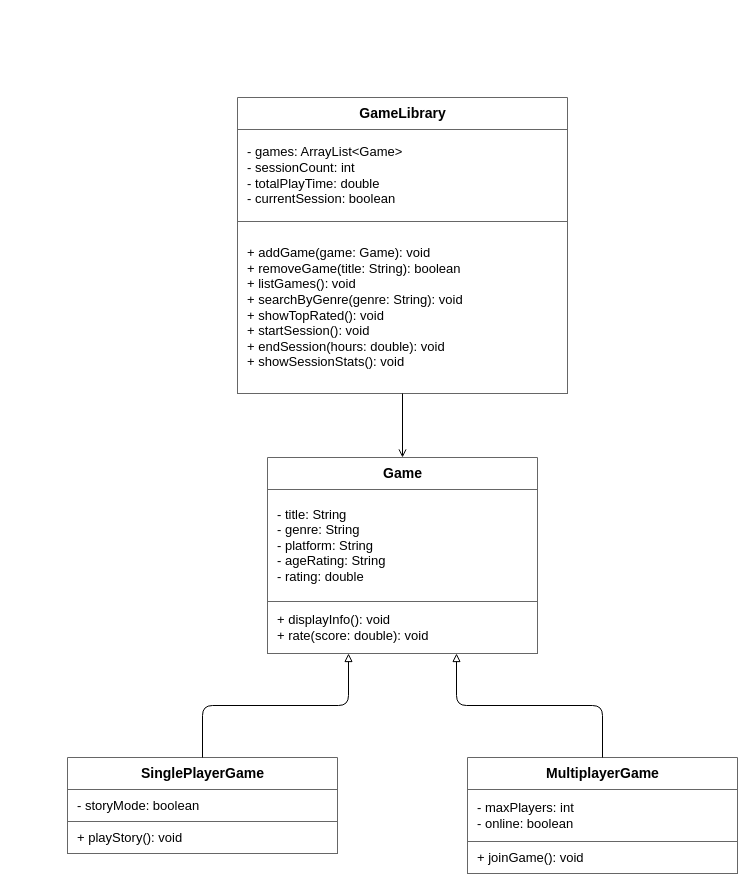
Before: TEAM UML.drawio in AJXDevv/LIA---Deliverable-1, a draw.io diagram. Source tidied: cells renumbered, new cells numbered last; positions are measured from the earlier drawing's top-left corner, leaving out a move shared by most shapes. Both pictures are drawn from the tidied source at 100%, with x=0, y=0 at pixel (67, 97).
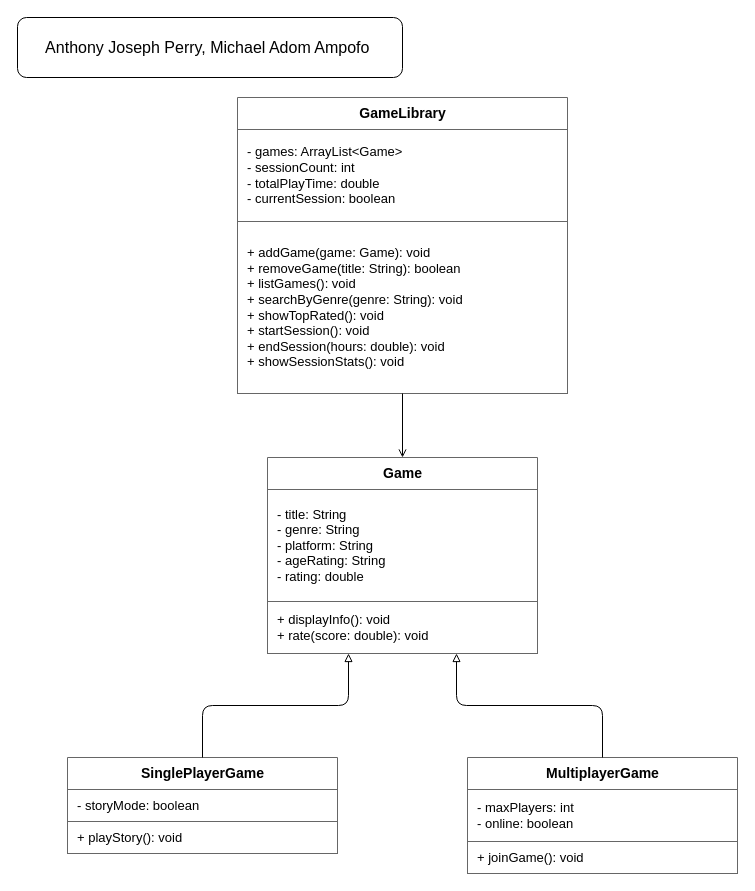
The same diagram, later.

Diff of the diagram source:
```diff
@@
 <mxGraphModel>
   <root>
     <mxCell id="0" />
     <mxCell id="1" parent="0" />
     <mxCell id="2" value="GameLibrary" style="swimlane;startSize=32;horizontal=1;rounded=0;html=1;fontStyle=1;fontSize=14;fillColor=none;strokeColor=#666666;" parent="1" vertex="1">
       <mxGeometry x="170" width="330" height="296" as="geometry" />
     </mxCell>
     <mxCell id="3" value="- games: ArrayList&amp;lt;Game&amp;gt;&lt;br&gt;- sessionCount: int&lt;br&gt;- totalPlayTime: double&lt;br&gt;- currentSession: boolean" style="text;html=1;align=left;verticalAlign=middle;spacingLeft=8;whiteSpace=wrap;strokeColor=#666666;fillColor=none;fontSize=13;" parent="2" vertex="1">
       <mxGeometry y="32" width="330" height="92" as="geometry" />
     </mxCell>
     <mxCell id="4" value="+ addGame(game: Game): void&lt;br&gt;+ removeGame(title: String): boolean&lt;br&gt;+ listGames(): void&lt;br&gt;+ searchByGenre(genre: String): void&lt;br&gt;+ showTopRated(): void&lt;br&gt;+ startSession(): void&lt;br&gt;+ endSession(hours: double): void&lt;br&gt;+ showSessionStats(): void" style="text;html=1;align=left;verticalAlign=middle;spacingLeft=8;whiteSpace=wrap;strokeColor=#666666;fillColor=none;fontSize=13;" parent="2" vertex="1">
       <mxGeometry y="124" width="330" height="172" as="geometry" />
     </mxCell>
     <mxCell id="5" value="Game" style="swimlane;startSize=32;horizontal=1;rounded=0;html=1;fontStyle=1;fontSize=14;fillColor=none;strokeColor=#666666;" parent="1" vertex="1">
       <mxGeometry x="200" y="360" width="270" height="196" as="geometry" />
     </mxCell>
     <mxCell id="6" value="- title: String&lt;br&gt;- genre: String&lt;br&gt;- platform: String&lt;br&gt;- ageRating: String&lt;br&gt;- rating: double" style="text;html=1;align=left;verticalAlign=middle;spacingLeft=8;whiteSpace=wrap;strokeColor=#666666;fillColor=none;fontSize=13;" parent="5" vertex="1">
       <mxGeometry y="32" width="270" height="112" as="geometry" />
     </mxCell>
     <mxCell id="7" value="+ displayInfo(): void&lt;br&gt;+ rate(score: double): void" style="text;html=1;align=left;verticalAlign=middle;spacingLeft=8;whiteSpace=wrap;strokeColor=#666666;fillColor=none;fontSize=13;" parent="5" vertex="1">
       <mxGeometry y="144" width="270" height="52" as="geometry" />
     </mxCell>
     <mxCell id="8" value="SinglePlayerGame" style="swimlane;startSize=32;horizontal=1;rounded=0;html=1;fontStyle=1;fontSize=14;fillColor=none;strokeColor=#666666;" parent="1" vertex="1">
       <mxGeometry y="660" width="270" height="96" as="geometry" />
     </mxCell>
     <mxCell id="9" value="- storyMode: boolean" style="text;html=1;align=left;verticalAlign=middle;spacingLeft=8;whiteSpace=wrap;strokeColor=#666666;fillColor=none;fontSize=13;" parent="8" vertex="1">
       <mxGeometry y="32" width="270" height="32" as="geometry" />
     </mxCell>
     <mxCell id="10" value="+ playStory(): void" style="text;html=1;align=left;verticalAlign=middle;spacingLeft=8;whiteSpace=wrap;strokeColor=#666666;fillColor=none;fontSize=13;" parent="8" vertex="1">
       <mxGeometry y="64" width="270" height="32" as="geometry" />
     </mxCell>
     <mxCell id="11" value="MultiplayerGame" style="swimlane;startSize=32;horizontal=1;rounded=0;html=1;fontStyle=1;fontSize=14;fillColor=none;strokeColor=#666666;" parent="1" vertex="1">
       <mxGeometry x="400" y="660" width="270" height="116" as="geometry" />
     </mxCell>
     <mxCell id="12" value="- maxPlayers: int&lt;br&gt;- online: boolean" style="text;html=1;align=left;verticalAlign=middle;spacingLeft=8;whiteSpace=wrap;strokeColor=#666666;fillColor=none;fontSize=13;" parent="11" vertex="1">
       <mxGeometry y="32" width="270" height="52" as="geometry" />
     </mxCell>
     <mxCell id="13" value="+ joinGame(): void" style="text;html=1;align=left;verticalAlign=middle;spacingLeft=8;whiteSpace=wrap;strokeColor=#666666;fillColor=none;fontSize=13;" parent="11" vertex="1">
       <mxGeometry y="84" width="270" height="32" as="geometry" />
     </mxCell>
     <mxCell id="14" style="edgeStyle=orthogonalEdgeStyle;html=1;endArrow=open;endFill=0;exitX=0.5;exitY=1;entryX=0.5;entryY=0;" parent="1" edge="1" source="2" target="5">
       <mxGeometry relative="1" as="geometry" />
     </mxCell>
     <mxCell id="15" style="edgeStyle=orthogonalEdgeStyle;html=1;endArrow=block;endFill=0;exitX=0.5;exitY=0;entryX=0.3;entryY=1;" parent="1" edge="1" source="8" target="5">
       <mxGeometry relative="1" as="geometry" />
     </mxCell>
     <mxCell id="16" style="edgeStyle=orthogonalEdgeStyle;html=1;endArrow=block;endFill=0;exitX=0.5;exitY=0;entryX=0.7;entryY=1;" parent="1" edge="1" source="11" target="5">
       <mxGeometry relative="1" as="geometry" />
     </mxCell>
+    <mxCell id="17" value="&lt;font size=&quot;3&quot;&gt;Anthony Joseph Perry, Michael Adom Ampofo&amp;nbsp;&lt;/font&gt;" style="rounded=1;whiteSpace=wrap;html=1;" parent="1" vertex="1">
+      <mxGeometry x="-50" y="-80" width="385" height="60" as="geometry" />
+    </mxCell>
   </root>
 </mxGraphModel>
```
